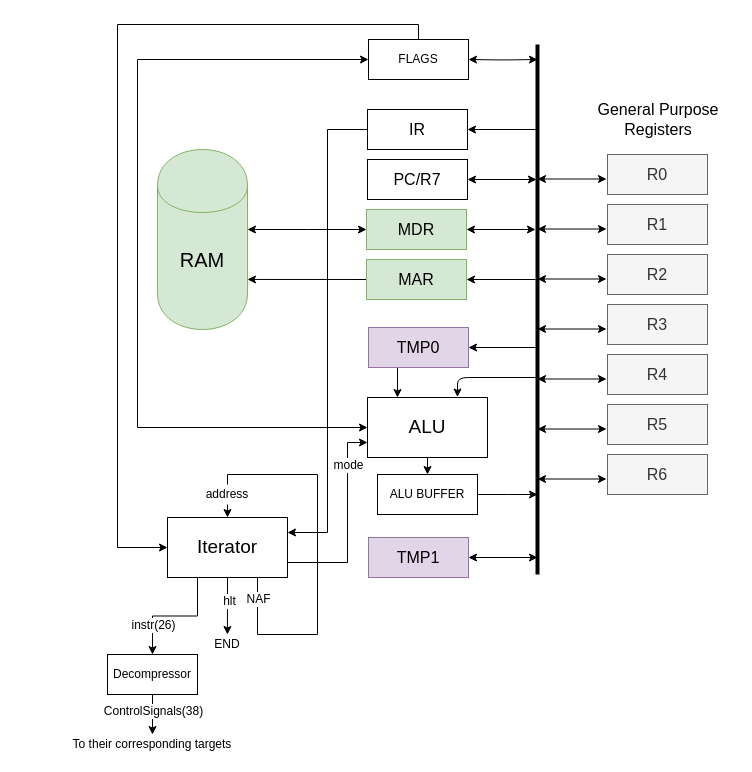
DarkGeekMS/simple-pdp11 keeps this draw.io diagram as docs/scheme.drawio. Above is the earlier version. Source tidied: cells renumbered, new cells numbered last; positions are measured from the earlier drawing's top-left corner, leaving out a move shared by most shapes. Both pictures are drawn from the tidied source at 100%, with x=0, y=0 at pixel (67, 24).
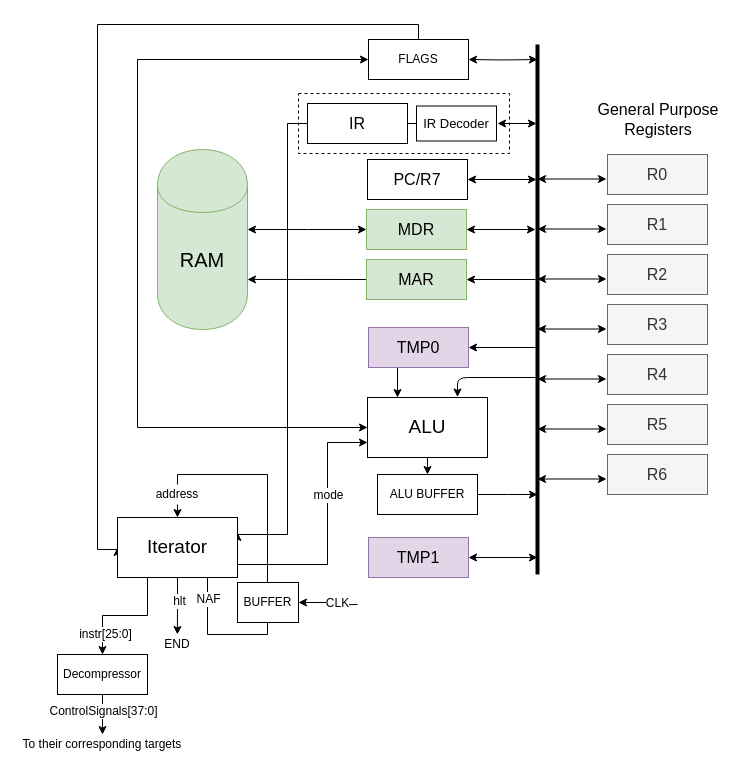
Above is the later version.

Commit message (it also covers changes not shown here):
scheme: ir has its decoder

The change refers to these unchanged cells:
```xml
<mxCell id="5" value="&lt;font style=&quot;font-size: 19px&quot;&gt;ALU&lt;/font&gt;" style="rounded=0;whiteSpace=wrap;html=1;" parent="1" vertex="1">
  <mxGeometry x="300" y="373" width="120" height="60" as="geometry" />
</mxCell>
<mxCell id="43" value="FLAGS" style="rounded=0;whiteSpace=wrap;html=1;" parent="1" vertex="1">
  <mxGeometry x="301" y="15" width="100" height="40" as="geometry" />
</mxCell>
<mxCell id="54" style="edgeStyle=orthogonalEdgeStyle;rounded=0;jettySize=auto;html=1;endSize=6;entryX=0.5;entryY=0;entryDx=0;entryDy=0;" parent="1" edge="1" source="56" target="57">
  <mxGeometry relative="1" as="geometry" />
</mxCell>
```

What changed in the source:
```diff
@@
+    <mxCell id="59" style="rounded=0;whiteSpace=wrap;html=1;dashed=1;" parent="1" vertex="1">
+      <mxGeometry x="231" y="69" width="211" height="60" as="geometry" />
+    </mxCell>
@@
     <mxCell id="33" style="edgeStyle=orthogonalEdgeStyle;rounded=0;jettySize=auto;html=1;entryX=1;entryY=0.25;entryDx=0;entryDy=0;" parent="1" edge="1" source="34" target="52">
-      <mxGeometry relative="1" as="geometry" />
+      <mxGeometry relative="1" as="geometry">
+        <Array as="points">
+          <mxPoint x="220" y="99" />
+          <mxPoint x="220" y="510" />
+          <mxPoint x="170" y="510" />
+        </Array>
+      </mxGeometry>
     </mxCell>
     <mxCell id="34" value="&lt;font style=&quot;font-size: 16px&quot;&gt;IR&lt;br&gt;&lt;/font&gt;" style="rounded=0;whiteSpace=wrap;html=1;" parent="1" vertex="1">
-      <mxGeometry x="300" y="85" width="100" height="40" as="geometry" />
+      <mxGeometry x="240" y="79" width="100" height="40" as="geometry" />
     </mxCell>
-    <mxCell id="35" style="endArrow=none;startArrow=classic;html=1;endFill=0;" parent="1" edge="1">
+    <mxCell id="35" style="endArrow=classic;startArrow=classic;html=1;endFill=1;" parent="1" edge="1">
       <mxGeometry relative="1" as="geometry">
-        <mxPoint x="400" y="105" as="sourcePoint" />
-        <mxPoint x="469" y="105" as="targetPoint" />
+        <mxPoint x="430" y="99" as="sourcePoint" />
+        <mxPoint x="469" y="99" as="targetPoint" />
       </mxGeometry>
     </mxCell>
@@
     <mxCell id="42" style="edgeStyle=orthogonalEdgeStyle;rounded=0;jettySize=auto;html=1;entryX=0;entryY=0.5;entryDx=0;entryDy=0;" parent="1" edge="1" source="43" target="52">
       <mxGeometry relative="1" as="geometry">
         <Array as="points">
           <mxPoint x="351" />
-          <mxPoint x="50" />
-          <mxPoint x="50" y="523" />
+          <mxPoint x="30" />
+          <mxPoint x="30" y="525" />
         </Array>
       </mxGeometry>
     </mxCell>
@@
     <mxCell id="44" style="edgeStyle=orthogonalEdgeStyle;rounded=0;orthogonalLoop=1;jettySize=auto;html=1;exitX=0.75;exitY=1;exitDx=0;exitDy=0;entryX=0.5;entryY=0;entryDx=0;entryDy=0;" parent="1" edge="1" source="52" target="52">
       <mxGeometry relative="1" as="geometry">
         <Array as="points">
-          <mxPoint x="190" y="610" />
-          <mxPoint x="250" y="610" />
-          <mxPoint x="250" y="450" />
-          <mxPoint x="160" y="450" />
+          <mxPoint x="140" y="610" />
+          <mxPoint x="200" y="610" />
+          <mxPoint x="200" y="450" />
+          <mxPoint x="110" y="450" />
         </Array>
       </mxGeometry>
     </mxCell>
@@
     <mxCell id="48" style="edgeStyle=orthogonalEdgeStyle;rounded=0;jettySize=auto;html=1;exitX=0.25;exitY=1;exitDx=0;exitDy=0;entryX=0.5;entryY=0;entryDx=0;entryDy=0;" parent="1" edge="1" source="52" target="56">
-      <mxGeometry relative="1" as="geometry" />
+      <mxGeometry relative="1" as="geometry">
+        <Array as="points">
+          <mxPoint x="80" y="591" />
+          <mxPoint x="35" y="591" />
+        </Array>
+      </mxGeometry>
     </mxCell>
-    <mxCell id="49" value="instr(26)" style="text;html=1;align=center;verticalAlign=middle;labelBackgroundColor=#ffffff;" parent="48" vertex="1">
+    <mxCell id="49" value="instr[25:0]" style="text;html=1;align=center;verticalAlign=middle;labelBackgroundColor=#ffffff;" parent="48" vertex="1">
       <mxGeometry x="-0.25" y="-1" relative="1" as="geometry">
-        <mxPoint x="-37.5" y="10" as="offset" />
+        <mxPoint x="-34.5" y="19" as="offset" />
       </mxGeometry>
     </mxCell>
     <mxCell id="50" style="edgeStyle=orthogonalEdgeStyle;rounded=0;jettySize=auto;html=1;exitX=1;exitY=0.75;exitDx=0;exitDy=0;entryX=0;entryY=0.75;entryDx=0;entryDy=0;" parent="1" edge="1" source="52" target="5">
       <mxGeometry relative="1" as="geometry">
         <Array as="points">
-          <mxPoint x="280" y="538" />
-          <mxPoint x="280" y="418" />
+          <mxPoint x="260" y="540" />
+          <mxPoint x="260" y="418" />
         </Array>
       </mxGeometry>
     </mxCell>
     <mxCell id="51" value="mode" style="text;html=1;align=center;verticalAlign=middle;labelBackgroundColor=#ffffff;" parent="50" vertex="1">
       <mxGeometry x="0.51" y="2" relative="1" as="geometry">
-        <mxPoint x="2" y="-7" as="offset" />
+        <mxPoint x="2" y="30" as="offset" />
       </mxGeometry>
     </mxCell>
     <mxCell id="52" value="&lt;font style=&quot;font-size: 19px&quot;&gt;Iterator&lt;/font&gt;" style="rounded=0;whiteSpace=wrap;html=1;" parent="1" vertex="1">
-      <mxGeometry x="100" y="493" width="120" height="60" as="geometry" />
+      <mxGeometry x="50" y="493" width="120" height="60" as="geometry" />
     </mxCell>
     <mxCell id="53" value="address" style="text;html=1;strokeColor=none;fillColor=#ffffff;align=center;verticalAlign=middle;whiteSpace=wrap;rounded=0;" parent="1" vertex="1">
-      <mxGeometry x="140" y="460" width="40" height="20" as="geometry" />
+      <mxGeometry x="90" y="460" width="40" height="20" as="geometry" />
     </mxCell>
@@
-    <mxCell id="55" value="ControlSignals(38)" style="text;html=1;align=center;verticalAlign=middle;labelBackgroundColor=#ffffff;" parent="54" vertex="1">
+    <mxCell id="55" value="ControlSignals[37:0]" style="text;html=1;align=center;verticalAlign=middle;labelBackgroundColor=#ffffff;" parent="54" vertex="1">
       <mxGeometry x="-0.24" y="-1" relative="1" as="geometry">
         <mxPoint x="1" y="1" as="offset" />
       </mxGeometry>
     </mxCell>
     <mxCell id="56" value="Decompressor" style="rounded=0;whiteSpace=wrap;html=1;glass=0;fillColor=#ffffff;" parent="1" vertex="1">
-      <mxGeometry x="40" y="630" width="90" height="40" as="geometry" />
+      <mxGeometry x="-10" y="630" width="90" height="40" as="geometry" />
     </mxCell>
     <mxCell id="57" value="To their corresponding targets" style="text;html=1;strokeColor=none;fillColor=none;align=center;verticalAlign=middle;whiteSpace=wrap;rounded=0;glass=0;" parent="1" vertex="1">
-      <mxGeometry y="710" width="170" height="20" as="geometry" />
+      <mxGeometry x="-50" y="710" width="170" height="20" as="geometry" />
     </mxCell>
     <mxCell id="58" value="END" style="text;html=1;strokeColor=none;fillColor=none;align=center;verticalAlign=middle;whiteSpace=wrap;rounded=0;" parent="1" vertex="1">
-      <mxGeometry x="139.9" y="610" width="40" height="20" as="geometry" />
+      <mxGeometry x="89.9" y="610" width="40" height="20" as="geometry" />
     </mxCell>
+    <mxCell id="60" style="edgeStyle=orthogonalEdgeStyle;rounded=0;jettySize=auto;html=1;startArrow=classic;startFill=1;endArrow=none;endFill=0;" parent="1" edge="1" source="62">
+      <mxGeometry relative="1" as="geometry">
+        <mxPoint x="290" y="580" as="targetPoint" />
+      </mxGeometry>
+    </mxCell>
+    <mxCell id="61" value="CLK" style="text;html=1;align=center;verticalAlign=middle;labelBackgroundColor=#ffffff;" parent="60" vertex="1">
+      <mxGeometry x="0.66" relative="1" as="geometry">
+        <mxPoint x="-10" y="-2" as="offset" />
+      </mxGeometry>
+    </mxCell>
+    <mxCell id="62" value="&lt;font&gt;&lt;font style=&quot;font-size: 12px&quot;&gt;BUFFER&lt;/font&gt;&lt;br&gt;&lt;/font&gt;" style="rounded=0;whiteSpace=wrap;html=1;" parent="1" vertex="1">
+      <mxGeometry x="170" y="558" width="61" height="40" as="geometry" />
+    </mxCell>
+    <mxCell id="63" style="edgeStyle=orthogonalEdgeStyle;rounded=0;jettySize=auto;html=1;exitX=0;exitY=0.5;exitDx=0;exitDy=0;entryX=1;entryY=0.5;entryDx=0;entryDy=0;startArrow=none;startFill=0;endArrow=none;endFill=0;" parent="1" edge="1" source="64" target="34">
+      <mxGeometry relative="1" as="geometry" />
+    </mxCell>
+    <mxCell id="64" value="&lt;font&gt;&lt;font style=&quot;font-size: 13px&quot;&gt;IR Decoder&lt;/font&gt;&lt;br&gt;&lt;/font&gt;" style="rounded=0;whiteSpace=wrap;html=1;perimeterSpacing=0;" parent="1" vertex="1">
+      <mxGeometry x="349" y="81.5" width="80" height="35" as="geometry" />
+    </mxCell>
```
